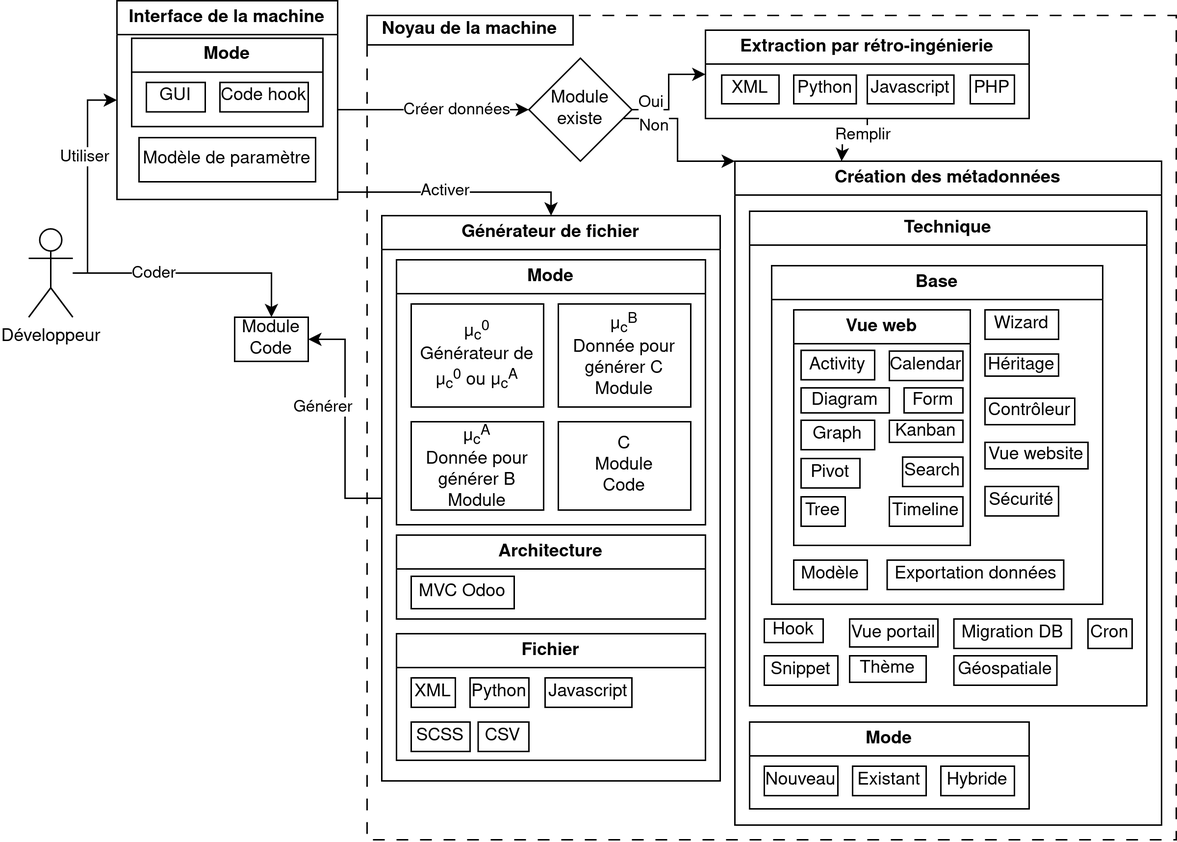
Earlier version of the draw.io export latex/Mémoire robot codeur Libre sur ERPLibre/images/architecture_machine.drawio.png (mathben/memoire_generateur_code_2023). Source tidied: cells renumbered, new cells last; positions are measured from the earlier drawing's top-left corner, leaving out a move shared by most shapes.
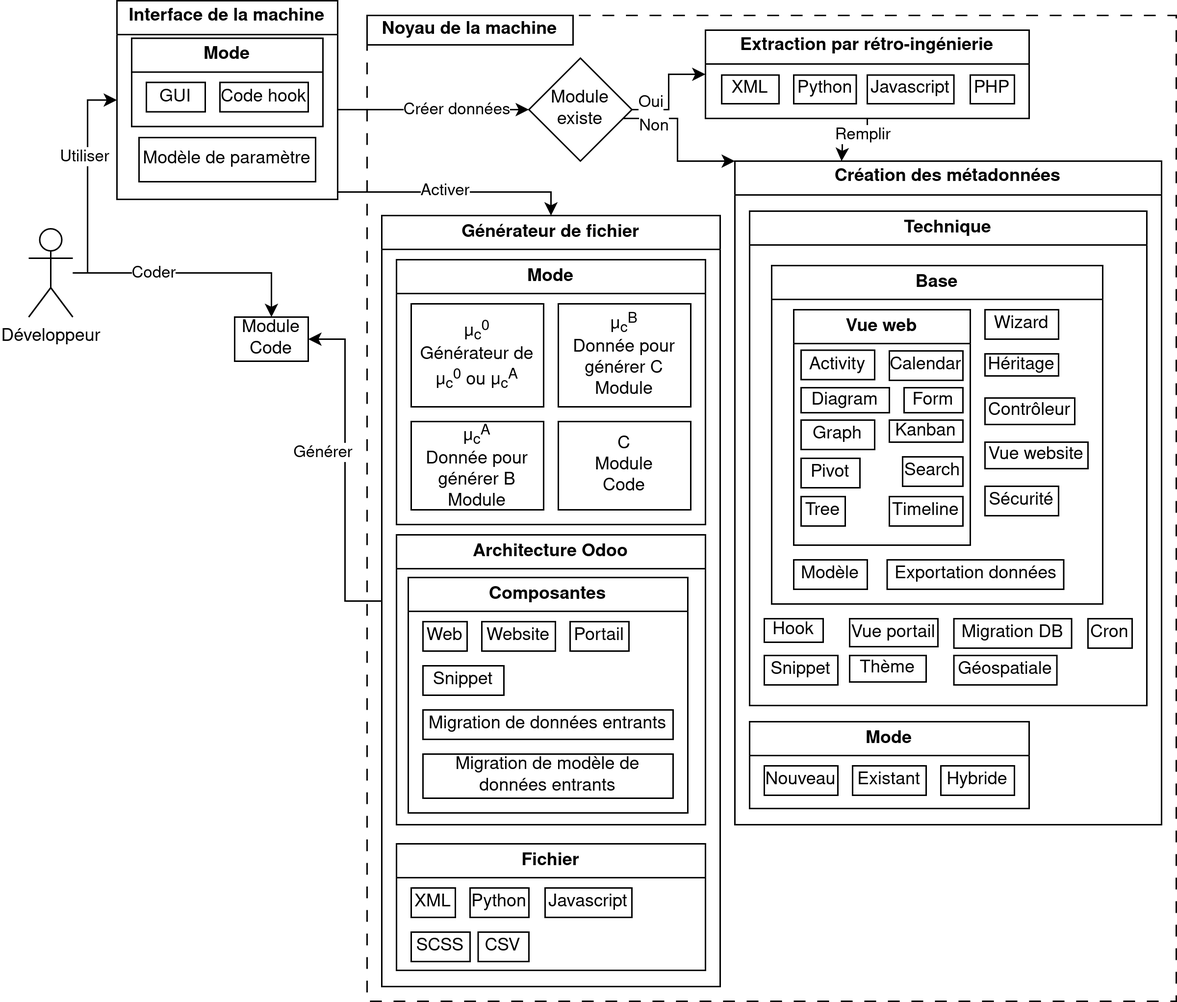
After the change.

What changed in the source:
```diff
@@ -3,7 +3,7 @@
     <mxCell id="0" />
     <mxCell id="1" parent="0" />
     <mxCell id="2" style="rounded=0;whiteSpace=wrap;html=1;dashed=1;dashPattern=8 8;fillColor=none;" parent="1" vertex="1">
-      <mxGeometry x="230" y="10" width="550" height="560" as="geometry" />
+      <mxGeometry x="230" y="10" width="550" height="670" as="geometry" />
     </mxCell>
     <mxCell id="3" style="edgeStyle=orthogonalEdgeStyle;rounded=0;jettySize=auto;html=1;entryX=0;entryY=0.5;entryDx=0;entryDy=0;" parent="1" edge="1" source="7" target="56">
       <mxGeometry relative="1" as="geometry">
@@ -112,7 +112,7 @@
       </mxGeometry>
     </mxCell>
     <mxCell id="28" value="Générateur de fichier" style="swimlane;whiteSpace=wrap;html=1;" parent="1" vertex="1">
-      <mxGeometry x="240" y="146" width="230" height="384" as="geometry" />
+      <mxGeometry x="240" y="146" width="230" height="524" as="geometry" />
     </mxCell>
     <mxCell id="29" value="Mode" style="swimlane;whiteSpace=wrap;html=1;" parent="28" vertex="1">
       <mxGeometry x="10" y="30" width="210" height="180" as="geometry" />
@@ -130,7 +130,7 @@
       <mxGeometry x="110" y="30" width="90" height="70" as="geometry" />
     </mxCell>
     <mxCell id="34" value="Fichier" style="swimlane;whiteSpace=wrap;html=1;" parent="28" vertex="1">
-      <mxGeometry x="10" y="284" width="210" height="86" as="geometry" />
+      <mxGeometry x="10" y="427" width="210" height="86" as="geometry" />
     </mxCell>
     <mxCell id="35" value="CSV" style="rounded=0;whiteSpace=wrap;html=1;" parent="34" vertex="1">
       <mxGeometry x="55.5" y="60" width="34.5" height="20" as="geometry" />
@@ -165,7 +165,7 @@
       <mxGeometry x="500" y="420" width="40" height="16" as="geometry" />
     </mxCell>
     <mxCell id="45" value="SCSS" style="rounded=0;whiteSpace=wrap;html=1;" parent="1" vertex="1">
-      <mxGeometry x="260" y="490" width="40" height="20" as="geometry" />
+      <mxGeometry x="260" y="633" width="40" height="20" as="geometry" />
     </mxCell>
     <mxCell id="46" value="Base" style="swimlane;whiteSpace=wrap;html=1;" parent="1" vertex="1">
       <mxGeometry x="505" y="180" width="225" height="230" as="geometry" />
@@ -188,12 +188,9 @@
     <mxCell id="52" value="Exportation données" style="rounded=0;whiteSpace=wrap;html=1;" parent="46" vertex="1">
       <mxGeometry x="78.5" y="200" width="120" height="20" as="geometry" />
     </mxCell>
-    <mxCell id="53" value="Architecture" style="swimlane;whiteSpace=wrap;html=1;" parent="1" vertex="1">
-      <mxGeometry x="250" y="363" width="210" height="57" as="geometry" />
+    <mxCell id="53" value="Architecture Odoo" style="swimlane;whiteSpace=wrap;html=1;" parent="1" vertex="1">
+      <mxGeometry x="250" y="363" width="210" height="197" as="geometry" />
     </mxCell>
-    <mxCell id="54" value="MVC Odoo" style="rounded=0;whiteSpace=wrap;html=1;" parent="53" vertex="1">
-      <mxGeometry x="10" y="28" width="70" height="22" as="geometry" />
-    </mxCell>
     <mxCell id="55" style="group;" parent="1" vertex="1">
       <mxGeometry x="60" width="150" height="135" as="geometry" />
     </mxCell>
@@ -269,5 +266,26 @@
     <mxCell id="79" value="Cron" style="rounded=0;whiteSpace=wrap;html=1;" parent="1" vertex="1">
       <mxGeometry x="720" y="420" width="30" height="20" as="geometry" />
     </mxCell>
+    <mxCell id="80" value="Composantes" style="swimlane;whiteSpace=wrap;html=1;" parent="1" vertex="1">
+      <mxGeometry x="258" y="392" width="190" height="160" as="geometry" />
+    </mxCell>
+    <mxCell id="81" value="Web" style="rounded=0;whiteSpace=wrap;html=1;" parent="80" vertex="1">
+      <mxGeometry x="10" y="30" width="30" height="20" as="geometry" />
+    </mxCell>
+    <mxCell id="82" value="Website" style="rounded=0;whiteSpace=wrap;html=1;" parent="80" vertex="1">
+      <mxGeometry x="50" y="30" width="50" height="20" as="geometry" />
+    </mxCell>
+    <mxCell id="83" value="Portail" style="rounded=0;whiteSpace=wrap;html=1;" parent="80" vertex="1">
+      <mxGeometry x="110" y="30" width="40" height="20" as="geometry" />
+    </mxCell>
+    <mxCell id="84" value="Migration de données entrants" style="rounded=0;whiteSpace=wrap;html=1;" parent="80" vertex="1">
+      <mxGeometry x="10" y="90" width="170" height="20" as="geometry" />
+    </mxCell>
+    <mxCell id="85" value="Migration de modèle de données entrants" style="rounded=0;whiteSpace=wrap;html=1;" parent="80" vertex="1">
+      <mxGeometry x="10" y="120" width="170" height="30" as="geometry" />
+    </mxCell>
+    <mxCell id="86" value="Snippet" style="rounded=0;whiteSpace=wrap;html=1;" parent="80" vertex="1">
+      <mxGeometry x="10" y="60" width="55" height="20" as="geometry" />
+    </mxCell>
   </root>
 </mxGraphModel>
```
